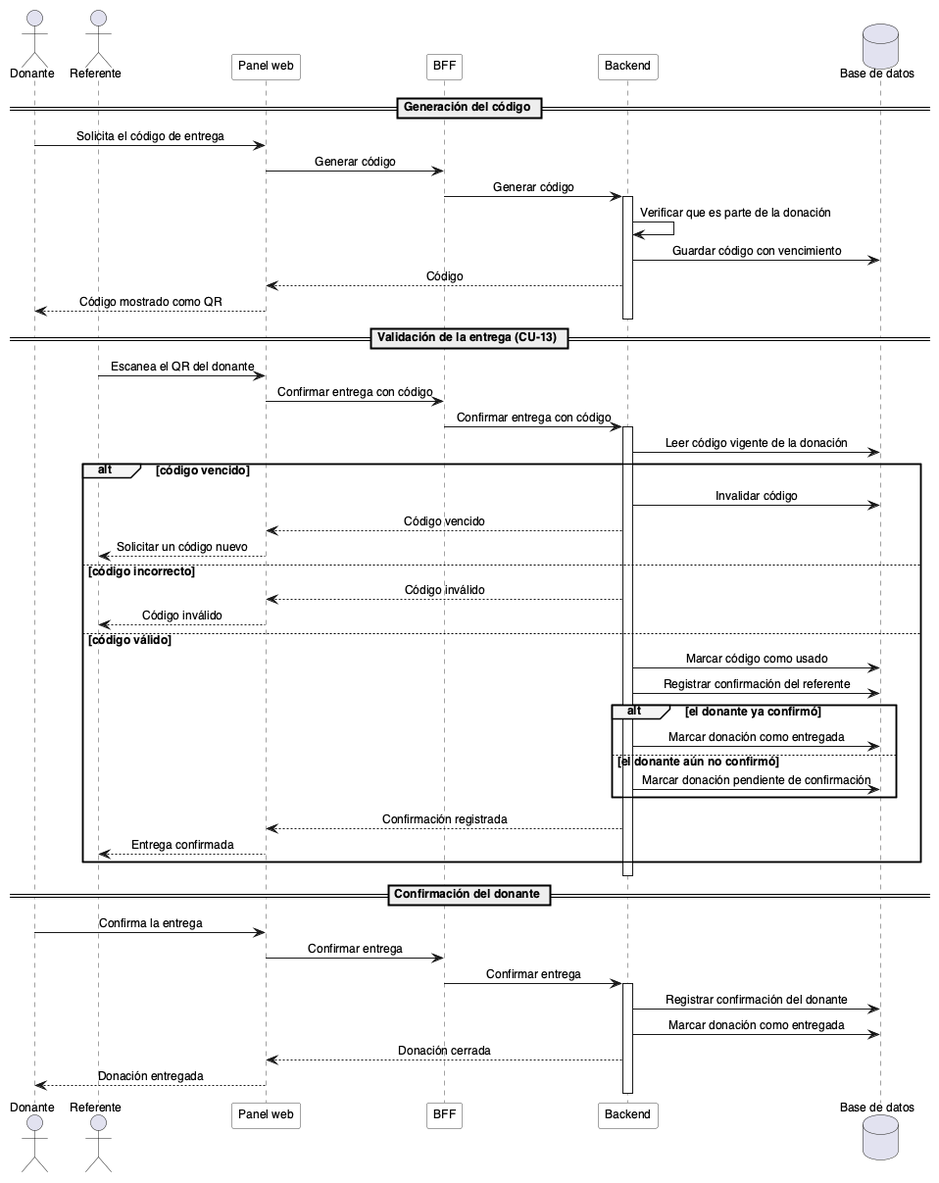
This is docs/tesis/diagramas/secuencia/entrega-qr.png from S21-Projects/hornero_monorepo, a PlantUML export, as it was before one commit.
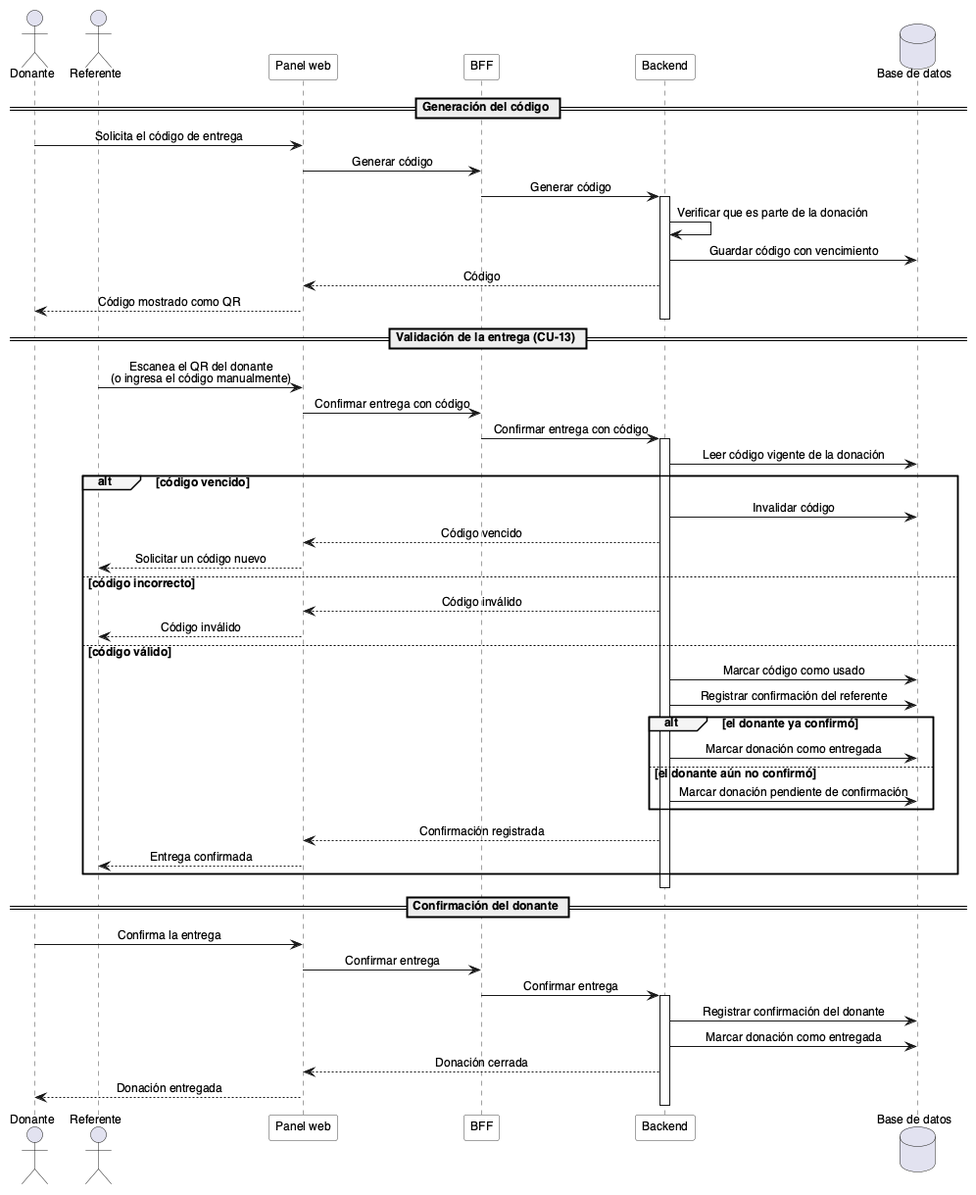
After the commit.

Diff of the diagram source:
```diff
@@ -22,7 +22,7 @@
 
 == Validación de la entrega (CU-13) ==
 
-Referente -> Web : Escanea el QR del donante
+Referente -> Web : Escanea el QR del donante\n(o ingresa el código manualmente)
 Web -> BFF : Confirmar entrega con código
 BFF -> Back : Confirmar entrega con código
 activate Back
```
